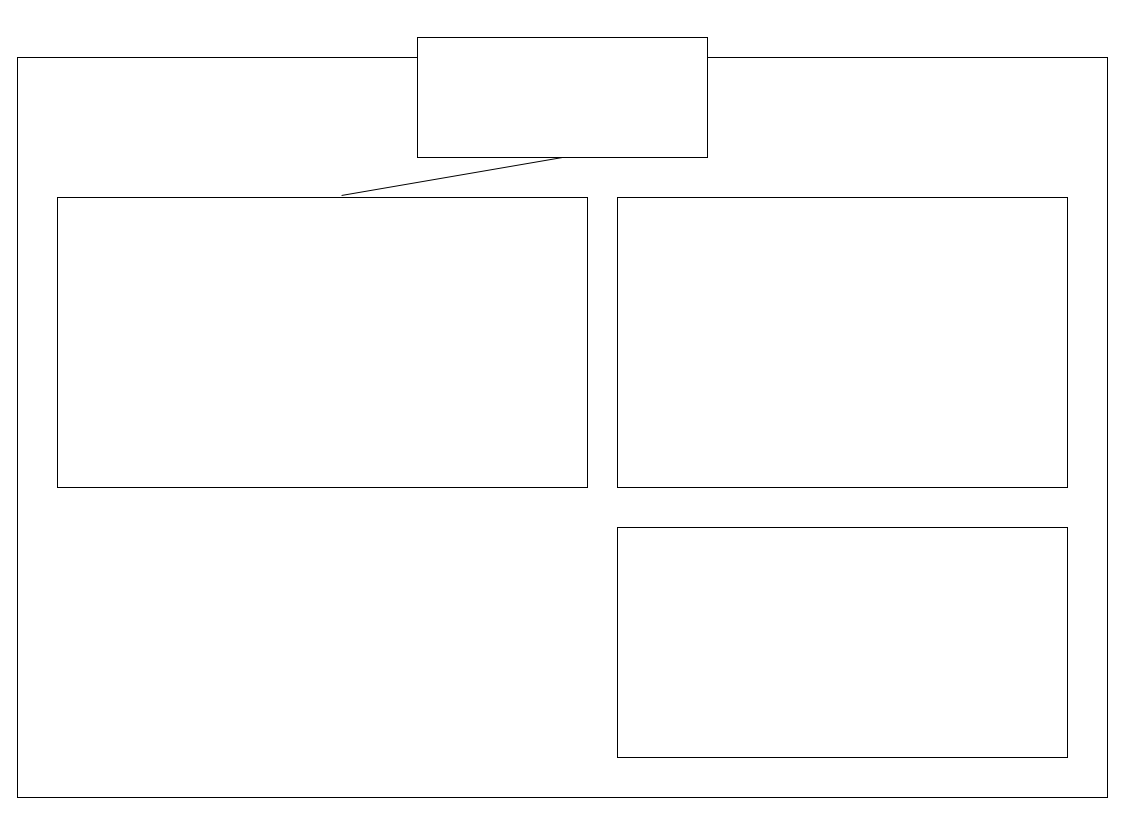
Before: presentation-2023-02-22_2.drawio in yokikim/Report-resource-linux, a draw.io diagram. Source tidied: cells renumbered, new cells numbered last; positions are measured from the earlier drawing's top-left corner, leaving out a move shared by most shapes. Both pictures are drawn from the tidied source at 100%, with x=0, y=0 at pixel (17, 37). Pictures stored in the file or linked from it are replaced by grey dashed boxes.
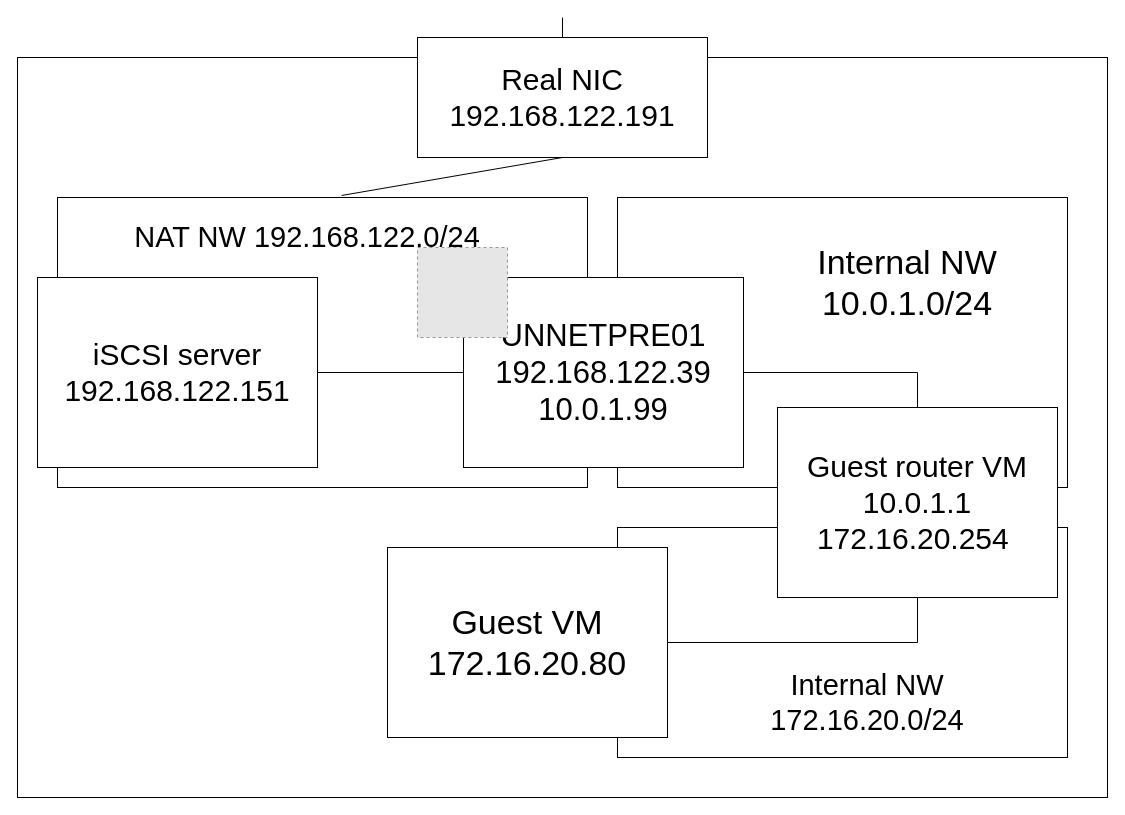
After the change.

Change to the diagram source:
```diff
@@
+    <mxCell id="9" parent="0" />
+    <mxCell id="10" style="edgeStyle=orthogonalEdgeStyle;rounded=0;jettySize=auto;html=1;entryX=0.5;entryY=0;entryDx=0;entryDy=0;fontSize=31;endArrow=none;endFill=0;" parent="9" edge="1" source="11" target="14">
+      <mxGeometry relative="1" as="geometry" />
+    </mxCell>
+    <mxCell id="11" value="&lt;font style=&quot;font-size: 31px;&quot;&gt;UNNETPRE01&lt;br&gt;192.168.122.39&lt;br&gt;10.0.1.99&lt;/font&gt;" style="rounded=0;whiteSpace=wrap;html=1;" parent="9" vertex="1">
+      <mxGeometry x="446" y="240" width="280" height="190" as="geometry" />
+    </mxCell>
+    <mxCell id="12" value="&lt;font style=&quot;font-size: 30px;&quot;&gt;iSCSI server&lt;br&gt;192.168.122.151&lt;/font&gt;" style="rounded=0;whiteSpace=wrap;html=1;" parent="9" vertex="1">
+      <mxGeometry x="20" y="240" width="280" height="190" as="geometry" />
+    </mxCell>
+    <mxCell id="13" style="edgeStyle=orthogonalEdgeStyle;rounded=0;jettySize=auto;html=1;fontSize=31;endArrow=none;endFill=0;" parent="9" edge="1" source="14" target="17">
+      <mxGeometry relative="1" as="geometry">
+        <Array as="points">
+          <mxPoint x="900" y="605" />
+        </Array>
+      </mxGeometry>
+    </mxCell>
+    <mxCell id="14" value="&lt;font style=&quot;font-size: 30px;&quot;&gt;Guest router VM&lt;br&gt;10.0.1.1&lt;br&gt;172.16.20.254&amp;nbsp;&lt;/font&gt;" style="rounded=0;whiteSpace=wrap;html=1;" parent="9" vertex="1">
+      <mxGeometry x="760" y="370" width="280" height="190" as="geometry" />
+    </mxCell>
+    <mxCell id="15" value="&lt;font style=&quot;font-size: 29px;&quot;&gt;NAT NW 192.168.122.0/24&lt;/font&gt;" style="text;html=1;strokeColor=none;fillColor=none;align=center;verticalAlign=middle;whiteSpace=wrap;rounded=0;" parent="9" vertex="1">
+      <mxGeometry x="110" y="160" width="360" height="80" as="geometry" />
+    </mxCell>
+    <mxCell id="16" value="Real NIC&lt;br&gt;192.168.122.191" style="text;html=1;strokeColor=none;fillColor=none;align=center;verticalAlign=middle;whiteSpace=wrap;rounded=0;fontSize=30;" parent="9" vertex="1">
+      <mxGeometry x="400" width="290" height="120" as="geometry" />
+    </mxCell>
+    <mxCell id="17" value="&lt;font style=&quot;font-size: 34px;&quot;&gt;Guest VM&lt;br&gt;172.16.20.80&lt;/font&gt;" style="rounded=0;whiteSpace=wrap;html=1;" parent="9" vertex="1">
+      <mxGeometry x="370" y="510" width="280" height="190" as="geometry" />
+    </mxCell>
+    <mxCell id="18" style="fillColor=#E6E6E6;strokeColor=#999999;dashed=1;html=1;verticalAlign=top;verticalLabelPosition=bottom;labelBackgroundColor=#ffffff;fontSize=31;" parent="9" vertex="1">
+      <mxGeometry x="400" y="210" width="90" height="90" as="geometry" />
+    </mxCell>
+    <mxCell id="19" style="endArrow=none;html=1;rounded=0;fontSize=31;exitX=1;exitY=0.5;exitDx=0;exitDy=0;entryX=0;entryY=0.5;entryDx=0;entryDy=0;" parent="9" edge="1" source="12" target="11">
+      <mxGeometry relative="1" as="geometry" />
+    </mxCell>
+    <mxCell id="20" value="&lt;font style=&quot;font-size: 34px;&quot;&gt;Internal NW&lt;br&gt;10.0.1.0/24&lt;/font&gt;" style="text;html=1;strokeColor=none;fillColor=none;align=center;verticalAlign=middle;whiteSpace=wrap;rounded=0;" parent="9" vertex="1">
+      <mxGeometry x="730" y="160" width="320" height="170" as="geometry" />
+    </mxCell>
+    <mxCell id="21" value="&lt;font style=&quot;font-size: 29px;&quot;&gt;Internal NW&lt;br&gt;172.16.20.0/24&lt;/font&gt;" style="text;html=1;strokeColor=none;fillColor=none;align=center;verticalAlign=middle;whiteSpace=wrap;rounded=0;" parent="9" vertex="1">
+      <mxGeometry x="650" y="610" width="400" height="110" as="geometry" />
+    </mxCell>
+    <mxCell id="22" style="endArrow=none;html=1;rounded=0;fontSize=30;entryX=0.5;entryY=0;entryDx=0;entryDy=0;" parent="9" edge="1" target="16">
+      <mxGeometry relative="1" as="geometry">
+        <mxPoint x="545" y="-20" as="sourcePoint" />
+      </mxGeometry>
+    </mxCell>
```
